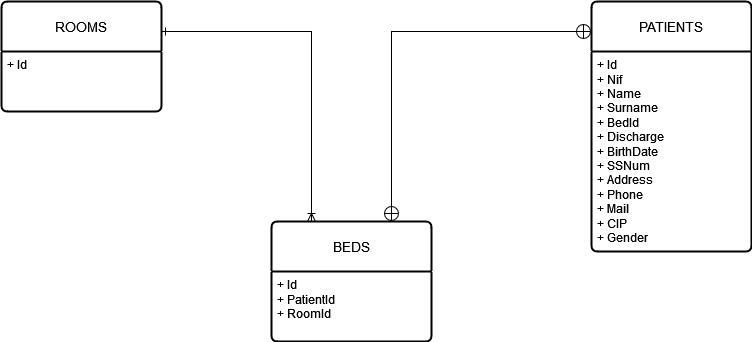
kilianark/hospital keeps this draw.io diagram as DiagramaWeek2.png. Above is the earlier version. Source tidied: cells renumbered, new cells last; positions are measured from the earlier drawing's top-left corner, leaving out a move shared by most shapes. Source of this version:
```xml
<mxGraphModel>
  <root>
    <mxCell id="0" />
    <mxCell id="1" parent="0" />
    <mxCell id="2" value="BEDS" style="swimlane;horizontal=1;startSize=50;rounded=1;fontSize=14;fontStyle=0;strokeWidth=2;shadow=0;dashed=0;align=center;arcSize=4;whiteSpace=wrap;html=1;fillColor=default;" parent="1" vertex="1">
      <mxGeometry x="270" y="220" width="160" height="120" as="geometry" />
    </mxCell>
    <mxCell id="3" value="&lt;div&gt;+ Id&lt;br&gt;&lt;/div&gt;&lt;div&gt;+ PatientId&lt;/div&gt;&lt;div&gt;+ RoomId&lt;br&gt;&lt;/div&gt;" style="align=left;strokeColor=none;fillColor=none;spacingLeft=4;fontSize=12;verticalAlign=top;html=1;" parent="2" vertex="1">
      <mxGeometry y="50" width="160" height="70" as="geometry" />
    </mxCell>
    <mxCell id="4" style="edgeStyle=orthogonalEdgeStyle;rounded=0;jettySize=auto;html=1;entryX=0.25;entryY=0;entryDx=0;entryDy=0;endArrow=ERoneToMany;endFill=0;startArrow=ERone;startFill=0;" parent="1" edge="1" source="5" target="2">
      <mxGeometry relative="1" as="geometry">
        <Array as="points">
          <mxPoint x="310" y="30" />
        </Array>
      </mxGeometry>
    </mxCell>
    <mxCell id="5" value="ROOMS" style="swimlane;horizontal=1;startSize=50;rounded=1;fontSize=14;fontStyle=0;strokeWidth=2;shadow=0;dashed=0;align=center;arcSize=4;whiteSpace=wrap;html=1;" parent="1" vertex="1">
      <mxGeometry width="160" height="110" as="geometry" />
    </mxCell>
    <mxCell id="6" value="+ Id" style="align=left;strokeColor=none;fillColor=none;spacingLeft=4;fontSize=12;verticalAlign=top;html=1;" parent="5" vertex="1">
      <mxGeometry y="50" width="160" height="60" as="geometry" />
    </mxCell>
    <mxCell id="7" value="PATIENTS" style="swimlane;horizontal=1;startSize=50;rounded=1;fontSize=14;fontStyle=0;strokeWidth=2;shadow=0;dashed=0;align=center;arcSize=4;whiteSpace=wrap;html=1;" parent="1" vertex="1">
      <mxGeometry x="590" width="160" height="250" as="geometry" />
    </mxCell>
    <mxCell id="8" value="&lt;div&gt;+ Id&lt;br&gt;&lt;/div&gt;&lt;div&gt;+ Nif&lt;br&gt;&lt;/div&gt;&lt;div&gt;+ Name&lt;br&gt;&lt;/div&gt;&lt;div&gt;+ Surname&lt;br&gt;&lt;/div&gt;&lt;div&gt;+ BedId&lt;/div&gt;&lt;div&gt;+ Discharge&lt;br&gt;&lt;/div&gt;&lt;div&gt;+ BirthDate&lt;/div&gt;&lt;div&gt;+ SSNum&lt;/div&gt;&lt;div&gt;+ Address&lt;/div&gt;&lt;div&gt;+ Phone&lt;/div&gt;&lt;div&gt;+ Mail&lt;/div&gt;&lt;div&gt;+ CIP&lt;/div&gt;&lt;div&gt;+ Gender&lt;/div&gt;&lt;div&gt;&lt;br&gt;&lt;/div&gt;" style="align=left;strokeColor=none;fillColor=none;spacingLeft=4;fontSize=12;verticalAlign=top;html=1;" parent="7" vertex="1">
      <mxGeometry y="50" width="160" height="200" as="geometry" />
    </mxCell>
    <mxCell id="9" style="edgeStyle=orthogonalEdgeStyle;rounded=0;jettySize=auto;html=1;exitX=0.75;exitY=0;exitDx=0;exitDy=0;endArrow=circlePlus;endFill=0;startArrow=circlePlus;startFill=0;" parent="1" edge="1" source="2">
      <mxGeometry relative="1" as="geometry">
        <mxPoint x="590" y="30" as="targetPoint" />
        <Array as="points">
          <mxPoint x="390" y="30" />
          <mxPoint x="589" y="30" />
        </Array>
      </mxGeometry>
    </mxCell>
  </root>
</mxGraphModel>
```
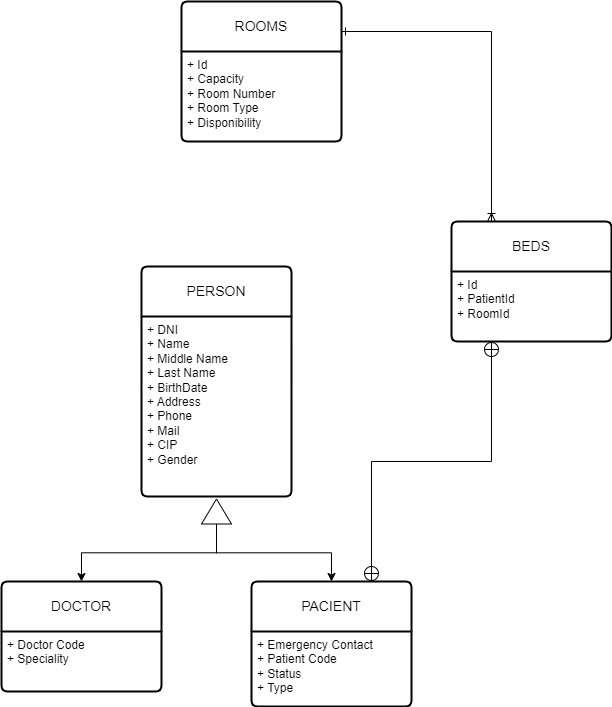
Later version of the same file.

Commit message:
New Databasse diagram

Change to the diagram source:
```diff
@@ -16,25 +16,40 @@
       </mxGeometry>
     </mxCell>
     <mxCell id="5" value="ROOMS" style="swimlane;horizontal=1;startSize=50;rounded=1;fontSize=14;fontStyle=0;strokeWidth=2;shadow=0;dashed=0;align=center;arcSize=4;whiteSpace=wrap;html=1;" parent="1" vertex="1">
-      <mxGeometry width="160" height="110" as="geometry" />
+      <mxGeometry width="160" height="140" as="geometry" />
     </mxCell>
-    <mxCell id="6" value="+ Id" style="align=left;strokeColor=none;fillColor=none;spacingLeft=4;fontSize=12;verticalAlign=top;html=1;" parent="5" vertex="1">
-      <mxGeometry y="50" width="160" height="60" as="geometry" />
+    <mxCell id="6" value="+ Id&lt;div&gt;+ Capacity&lt;/div&gt;&lt;div&gt;+ Room Number&lt;/div&gt;&lt;div&gt;+ Room Type&lt;/div&gt;&lt;div&gt;+ Disponibility&amp;nbsp;&lt;/div&gt;" style="align=left;strokeColor=none;fillColor=none;spacingLeft=4;fontSize=12;verticalAlign=top;html=1;" parent="5" vertex="1">
+      <mxGeometry y="50" width="160" height="90" as="geometry" />
     </mxCell>
-    <mxCell id="7" value="PATIENTS" style="swimlane;horizontal=1;startSize=50;rounded=1;fontSize=14;fontStyle=0;strokeWidth=2;shadow=0;dashed=0;align=center;arcSize=4;whiteSpace=wrap;html=1;" parent="1" vertex="1">
-      <mxGeometry x="590" width="160" height="250" as="geometry" />
+    <mxCell id="7" value="PERSON" style="swimlane;horizontal=1;startSize=50;rounded=1;fontSize=14;fontStyle=0;strokeWidth=2;shadow=0;dashed=0;align=center;arcSize=4;whiteSpace=wrap;html=1;" parent="1" vertex="1">
+      <mxGeometry x="-40" y="265" width="150" height="230" as="geometry" />
     </mxCell>
-    <mxCell id="8" value="&lt;div&gt;+ Id&lt;br&gt;&lt;/div&gt;&lt;div&gt;+ Nif&lt;br&gt;&lt;/div&gt;&lt;div&gt;+ Name&lt;br&gt;&lt;/div&gt;&lt;div&gt;+ Surname&lt;br&gt;&lt;/div&gt;&lt;div&gt;+ BedId&lt;/div&gt;&lt;div&gt;+ Discharge&lt;br&gt;&lt;/div&gt;&lt;div&gt;+ BirthDate&lt;/div&gt;&lt;div&gt;+ SSNum&lt;/div&gt;&lt;div&gt;+ Address&lt;/div&gt;&lt;div&gt;+ Phone&lt;/div&gt;&lt;div&gt;+ Mail&lt;/div&gt;&lt;div&gt;+ CIP&lt;/div&gt;&lt;div&gt;+ Gender&lt;/div&gt;&lt;div&gt;&lt;br&gt;&lt;/div&gt;" style="align=left;strokeColor=none;fillColor=none;spacingLeft=4;fontSize=12;verticalAlign=top;html=1;" parent="7" vertex="1">
-      <mxGeometry y="50" width="160" height="200" as="geometry" />
+    <mxCell id="8" value="&lt;div&gt;&lt;span style=&quot;background-color: initial;&quot;&gt;+ DNI&lt;/span&gt;&lt;br&gt;&lt;/div&gt;&lt;div&gt;+ Name&lt;br&gt;&lt;/div&gt;&lt;div&gt;+ Middle Name&lt;br&gt;&lt;/div&gt;&lt;div&gt;+ Last Name&lt;/div&gt;&lt;div&gt;+ BirthDate&lt;/div&gt;&lt;div&gt;+ Address&lt;/div&gt;&lt;div&gt;+ Phone&lt;/div&gt;&lt;div&gt;+ Mail&lt;/div&gt;&lt;div&gt;+ CIP&lt;/div&gt;&lt;div&gt;+ Gender&lt;/div&gt;&lt;div&gt;&lt;br&gt;&lt;/div&gt;" style="align=left;strokeColor=none;fillColor=none;spacingLeft=4;fontSize=12;verticalAlign=top;html=1;" parent="7" vertex="1">
+      <mxGeometry y="50" width="150" height="180" as="geometry" />
     </mxCell>
-    <mxCell id="9" style="edgeStyle=orthogonalEdgeStyle;rounded=0;jettySize=auto;html=1;exitX=0.75;exitY=0;exitDx=0;exitDy=0;endArrow=circlePlus;endFill=0;startArrow=circlePlus;startFill=0;" parent="1" edge="1" source="2">
-      <mxGeometry relative="1" as="geometry">
-        <mxPoint x="590" y="30" as="targetPoint" />
-        <Array as="points">
-          <mxPoint x="390" y="30" />
-          <mxPoint x="589" y="30" />
-        </Array>
-      </mxGeometry>
-    </mxCell>
+    <mxCell id="10" value="DOCTOR" style="swimlane;horizontal=1;startSize=50;rounded=1;fontSize=14;fontStyle=0;strokeWidth=2;shadow=0;dashed=0;align=center;arcSize=4;whiteSpace=wrap;html=1;" parent="1" vertex="1">
+      <mxGeometry x="-180" y="580" width="160" height="110" as="geometry" />
+    </mxCell>
+    <mxCell id="11" value="+ Doctor Code&lt;div&gt;+ Speciality&lt;/div&gt;" style="align=left;strokeColor=none;fillColor=none;spacingLeft=4;fontSize=12;verticalAlign=top;html=1;" parent="10" vertex="1">
+      <mxGeometry y="50" width="160" height="60" as="geometry" />
+    </mxCell>
+    <mxCell id="12" style="edgeStyle=orthogonalEdgeStyle;rounded=0;jettySize=auto;html=1;exitX=0;exitY=0.5;exitDx=0;exitDy=0;entryX=0.5;entryY=0;entryDx=0;entryDy=0;" parent="1" edge="1" source="14" target="10">
+      <mxGeometry relative="1" as="geometry" />
+    </mxCell>
+    <mxCell id="13" style="edgeStyle=orthogonalEdgeStyle;rounded=0;jettySize=auto;html=1;exitX=0;exitY=0.5;exitDx=0;exitDy=0;entryX=0.5;entryY=0;entryDx=0;entryDy=0;" parent="1" edge="1" source="14" target="16">
+      <mxGeometry relative="1" as="geometry" />
+    </mxCell>
+    <mxCell id="14" style="triangle;whiteSpace=wrap;html=1;rotation=-90;" parent="1" vertex="1">
+      <mxGeometry x="22.5" y="495" width="25" height="30" as="geometry" />
+    </mxCell>
+    <mxCell id="15" style="edgeStyle=orthogonalEdgeStyle;rounded=0;jettySize=auto;html=1;exitX=0.75;exitY=0;exitDx=0;exitDy=0;entryX=0.25;entryY=1;entryDx=0;entryDy=0;endArrow=circlePlus;endFill=0;startArrow=circlePlus;startFill=0;" parent="1" edge="1" source="16" target="3">
+      <mxGeometry relative="1" as="geometry" />
+    </mxCell>
+    <mxCell id="16" value="PACIENT" style="swimlane;horizontal=1;startSize=50;rounded=1;fontSize=14;fontStyle=0;strokeWidth=2;shadow=0;dashed=0;align=center;arcSize=4;whiteSpace=wrap;html=1;" parent="1" vertex="1">
+      <mxGeometry x="70" y="580" width="160" height="125" as="geometry" />
+    </mxCell>
+    <mxCell id="17" value="+ Emergency Contact&lt;div&gt;+ Patient Code&lt;/div&gt;&lt;div&gt;+ Status&lt;/div&gt;&lt;div&gt;+ Type&lt;/div&gt;" style="align=left;strokeColor=none;fillColor=none;spacingLeft=4;fontSize=12;verticalAlign=top;html=1;" parent="16" vertex="1">
+      <mxGeometry y="50" width="160" height="75" as="geometry" />
+    </mxCell>
   </root>
 </mxGraphModel>
```
